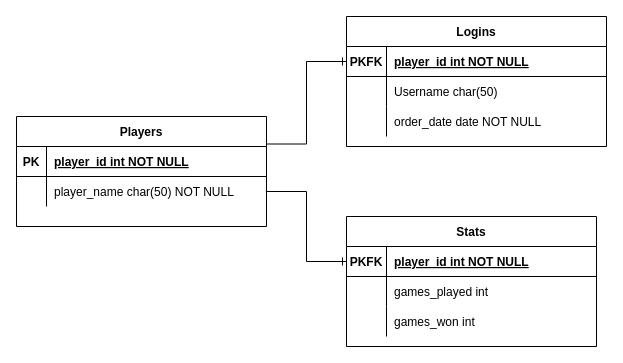
This is Diagrammer/Filer/Database Diagram.drawio from Olivervesth/KortKlubben, a draw.io file, before an edit. Source tidied: cells renumbered, new cells numbered last; positions are measured from the earlier drawing's top-left corner, leaving out a move shared by most shapes. Both pictures are drawn from the tidied source at 100%, with x=0, y=0 at pixel (16, 16).
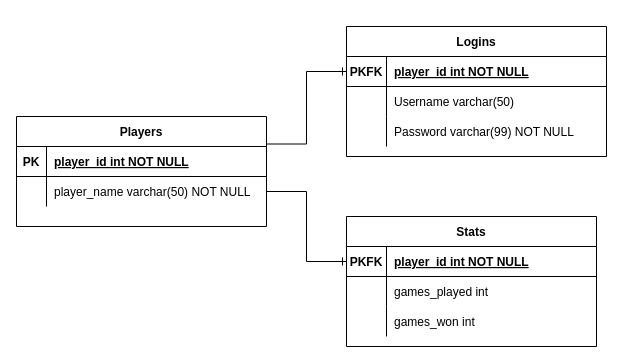
The same diagram, later.

Unchanged cells that the change refers to:
```xml
<mxCell id="6" style="shape=partialRectangle;fillColor=none;top=0;left=0;right=0;bottom=0;" parent="2" vertex="1">
  <mxGeometry y="60" width="260" height="30" as="geometry" />
</mxCell>
<mxCell id="9" style="shape=partialRectangle;fillColor=none;top=0;left=0;right=0;bottom=0;" parent="2" vertex="1">
  <mxGeometry y="90" width="260" height="30" as="geometry" />
</mxCell>
<mxCell id="27" style="shape=partialRectangle;fillColor=none;points=[[0,0.5],[1,0.5]];portConstraint=eastwest;top=0;left=0;right=0;bottom=0;" parent="23" vertex="1">
  <mxGeometry y="60" width="250" height="30" as="geometry" />
</mxCell>
```

Diff of the diagram source:
```diff
@@
     <mxCell id="2" value="Logins" style="shape=table;startSize=30;childLayout=tableLayout;rowLines=0;fontStyle=1;align=center;" parent="1" vertex="1">
-      <mxGeometry x="330" width="260" height="130" as="geometry" />
+      <mxGeometry x="330" y="10" width="260" height="130" as="geometry" />
     </mxCell>
@@
-    <mxCell id="8" value="Username char(50)" style="shape=partialRectangle;overflow=hidden;fillColor=none;top=0;left=0;bottom=0;right=0;align=left;spacingLeft=6;" parent="6" vertex="1">
+    <mxCell id="8" value="Username varchar(50)" style="shape=partialRectangle;overflow=hidden;fillColor=none;top=0;left=0;bottom=0;right=0;align=left;spacingLeft=6;" parent="6" vertex="1">
       <mxGeometry x="40" width="220" height="30" as="geometry" />
     </mxCell>
@@
-    <mxCell id="11" value="order_date date NOT NULL" style="shape=partialRectangle;overflow=hidden;fillColor=none;top=0;left=0;bottom=0;right=0;align=left;spacingLeft=6;" parent="9" vertex="1">
+    <mxCell id="11" value="Password varchar(99) NOT NULL" style="shape=partialRectangle;overflow=hidden;fillColor=none;top=0;left=0;bottom=0;right=0;align=left;spacingLeft=6;" parent="9" vertex="1">
       <mxGeometry x="40" width="220" height="30" as="geometry" />
     </mxCell>
@@
-    <mxCell id="29" value="player_name char(50) NOT NULL" style="shape=partialRectangle;overflow=hidden;fillColor=none;top=0;left=0;bottom=0;right=0;align=left;spacingLeft=6;" parent="27" vertex="1">
+    <mxCell id="29" value="player_name varchar(50) NOT NULL" style="shape=partialRectangle;overflow=hidden;fillColor=none;top=0;left=0;bottom=0;right=0;align=left;spacingLeft=6;" parent="27" vertex="1">
       <mxGeometry x="30" width="220" height="30" as="geometry" />
     </mxCell>
```
